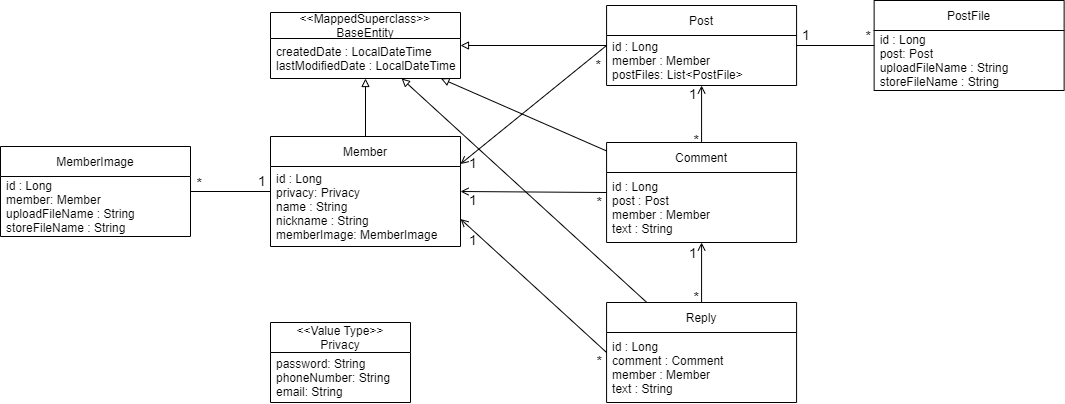
Earlier version of the draw.io export Sprint1 Entity Class Diagram.drawio.png (JunYoung-C/Instagram). Source tidied: cells renumbered, new cells last; positions are measured from the earlier drawing's top-left corner, leaving out a move shared by most shapes.
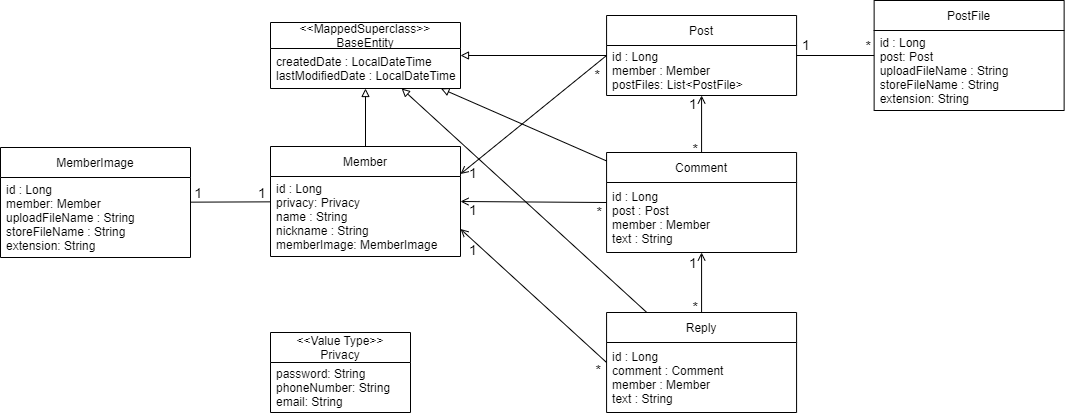
Above is the later version.

Commit message:
docs: 파일 클래스에 확장자 필드 추가

What changed in the source:
```diff
@@ -104,16 +104,16 @@
       </mxGeometry>
     </mxCell>
     <mxCell id="29" value="PostFile" style="swimlane;fontStyle=0;horizontal=1;startSize=30;" parent="1" vertex="1">
-      <mxGeometry x="873.6" width="190" height="90" as="geometry" />
+      <mxGeometry x="873.6" y="-10" width="190" height="110" as="geometry" />
     </mxCell>
-    <mxCell id="30" value="id : Long&#10;post: Post&#10;uploadFileName : String&#10;storeFileName : String" style="text;strokeColor=none;fillColor=none;align=left;verticalAlign=middle;spacingLeft=4;spacingRight=4;overflow=hidden;" parent="29" vertex="1">
-      <mxGeometry y="30" width="190" height="60" as="geometry" />
+    <mxCell id="30" value="id : Long&#10;post: Post&#10;uploadFileName : String&#10;storeFileName : String&#10;extension: String" style="text;strokeColor=none;fillColor=none;align=left;verticalAlign=middle;spacingLeft=4;spacingRight=4;overflow=hidden;" parent="29" vertex="1">
+      <mxGeometry y="30" width="190" height="80" as="geometry" />
     </mxCell>
     <mxCell id="31" value="MemberImage" style="swimlane;fontStyle=0;horizontal=1;startSize=30;" parent="1" vertex="1">
-      <mxGeometry y="146" width="190" height="90" as="geometry" />
+      <mxGeometry y="137" width="190" height="110" as="geometry" />
     </mxCell>
-    <mxCell id="32" value="id : Long&#10;member: Member&#10;uploadFileName : String&#10;storeFileName : String" style="text;strokeColor=none;fillColor=none;align=left;verticalAlign=middle;spacingLeft=4;spacingRight=4;overflow=hidden;" parent="31" vertex="1">
-      <mxGeometry y="30" width="190" height="60" as="geometry" />
+    <mxCell id="32" value="id : Long&#10;member: Member&#10;uploadFileName : String&#10;storeFileName : String&#10;extension: String" style="text;strokeColor=none;fillColor=none;align=left;verticalAlign=middle;spacingLeft=4;spacingRight=4;overflow=hidden;" parent="31" vertex="1">
+      <mxGeometry y="30" width="190" height="80" as="geometry" />
     </mxCell>
     <mxCell id="33" style="endArrow=block;html=1;rounded=0;fontSize=12;endFill=0;" parent="1" edge="1" source="4" target="21">
       <mxGeometry relative="1" as="geometry" />
@@ -132,12 +132,12 @@
     </mxCell>
     <mxCell id="38" value="1" style="html=1;align=left;verticalAlign=bottom;fontSize=14;" parent="37" vertex="1">
       <mxGeometry x="-1" relative="1" as="geometry">
-        <mxPoint x="-14" as="offset" />
+        <mxPoint x="-14" y="2" as="offset" />
       </mxGeometry>
     </mxCell>
-    <mxCell id="39" value="*" style="html=1;align=right;verticalAlign=bottom;fontSize=14;" parent="37" vertex="1">
+    <mxCell id="39" value="1" style="html=1;align=right;verticalAlign=bottom;fontSize=14;" parent="37" vertex="1">
       <mxGeometry x="1" relative="1" as="geometry">
-        <mxPoint x="12" y="2" as="offset" />
+        <mxPoint x="12" y="1" as="offset" />
       </mxGeometry>
     </mxCell>
     <mxCell id="40" style="endArrow=none;html=1;rounded=0;fontSize=14;startArrow=none;startFill=0;" parent="1" edge="1" source="6" target="29">
```
